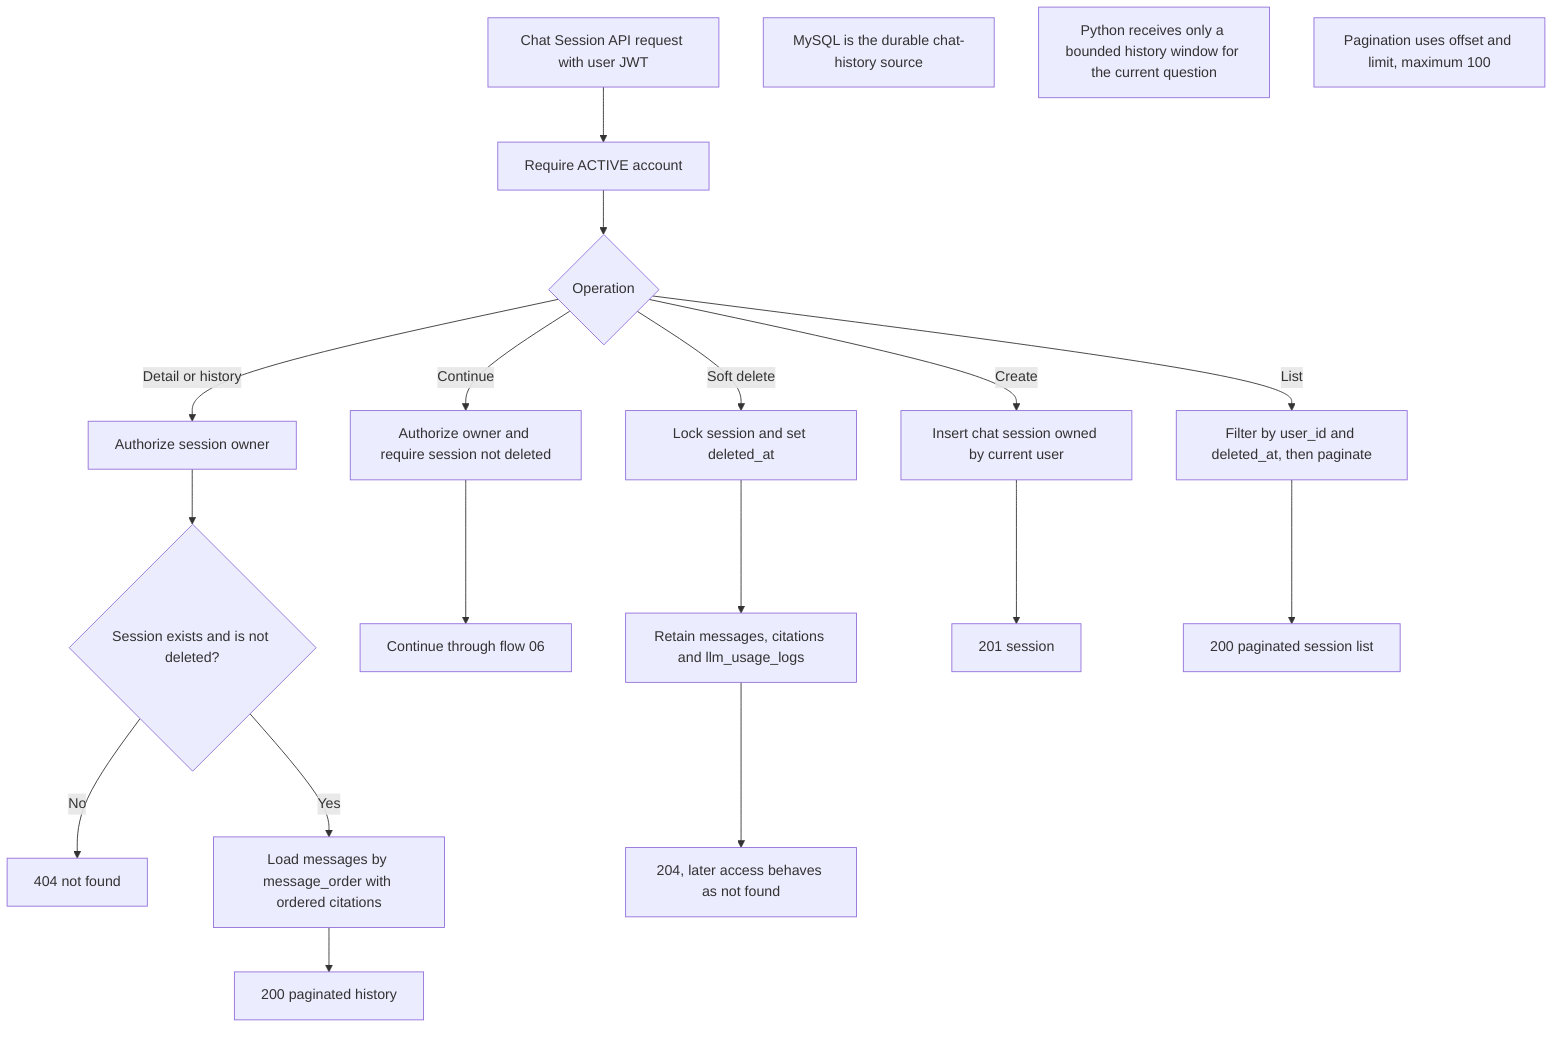
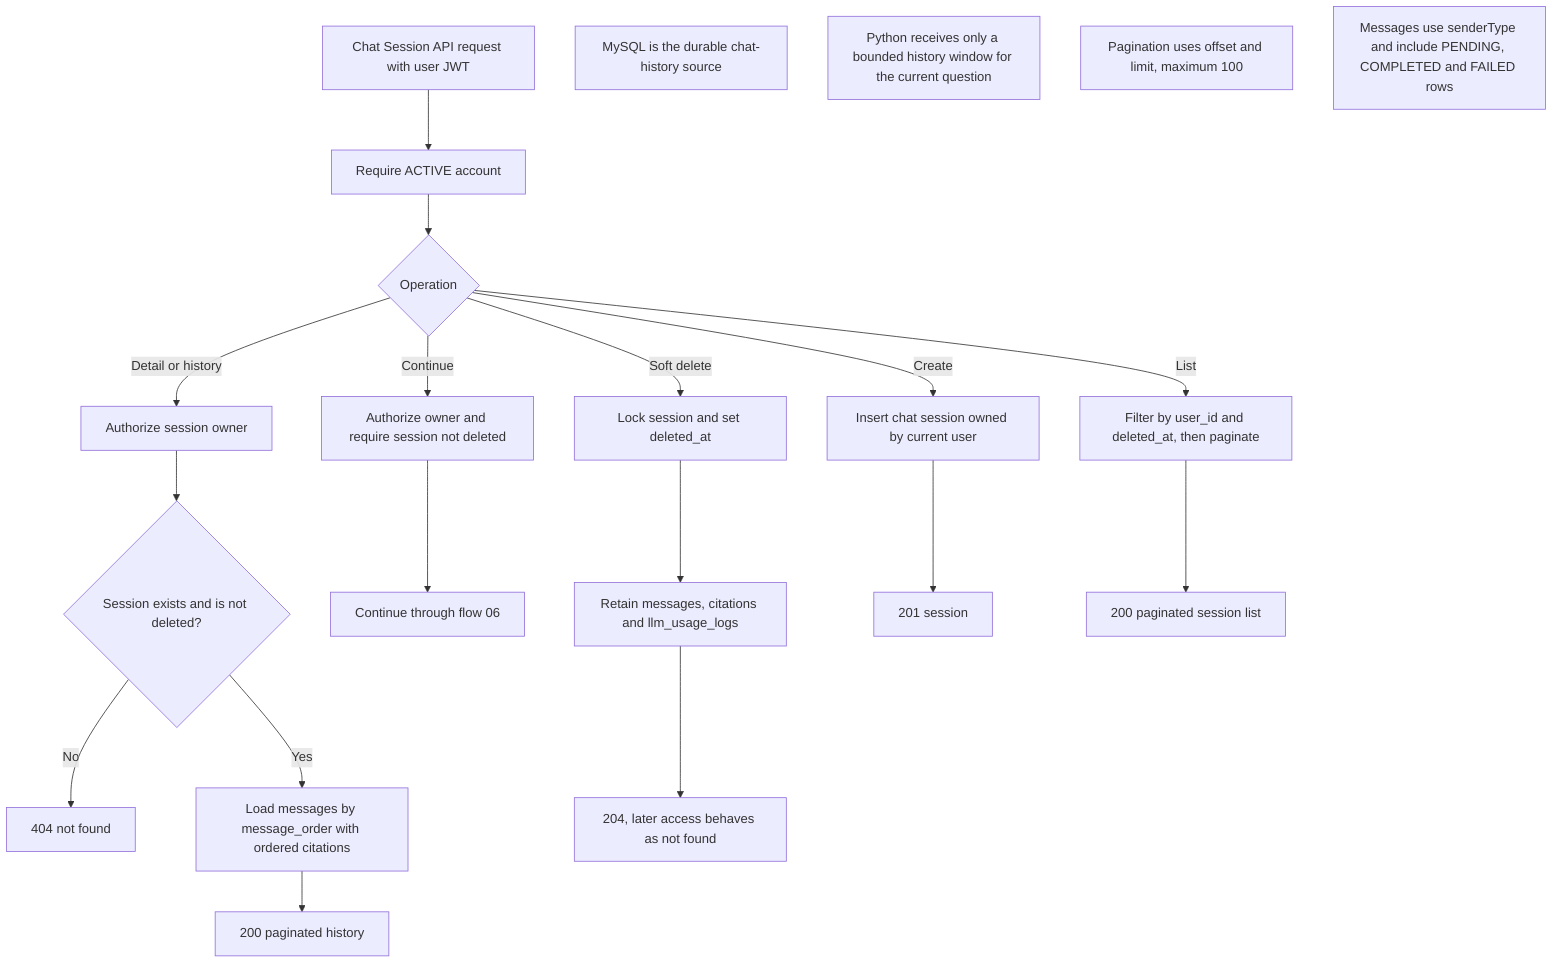
%% 08 Chat history | Detailed NodeJS/Core flow
flowchart TB
  A[Chat Session API request with user JWT] --> B[Require ACTIVE account]
  B --> C{Operation}
  C -->|Create| D[Insert chat session owned by current user]
  C -->|List| E[Filter by user_id and deleted_at, then paginate]
  C -->|Detail or history| F[Authorize session owner]
  C -->|Continue| G[Authorize owner and require session not deleted]
  C -->|Soft delete| H[Lock session and set deleted_at]

  F --> I{Session exists and is not deleted?}
  I -->|No| J[404 not found]
  I -->|Yes| K[Load messages by message_order with ordered citations]
  G --> L[Continue through flow 06]
  H --> M[Retain messages, citations and llm_usage_logs]

  D --> N[201 session]
  E --> O[200 paginated session list]
  K --> P[200 paginated history]
  M --> Q[204, later access behaves as not found]

  N1[MySQL is the durable chat-history source]
  N2[Python receives only a bounded history window for the current question]
  N3[Pagination uses offset and limit, maximum 100]
+   N4[Messages use senderType and include PENDING, COMPLETED and FAILED rows]
